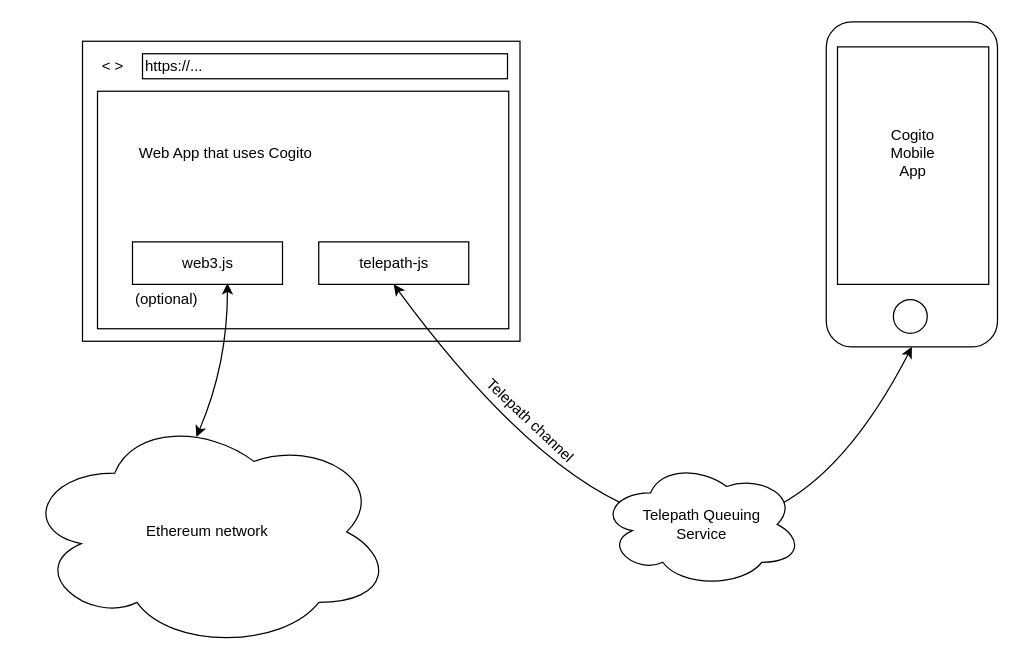
Before: workspaces/homepage/src/pages/developer-documentation/images/cogito-deployment.drawio.xml in philips-software/cogito, a draw.io diagram. Source tidied: cells renumbered, new cells numbered last; positions are measured from the earlier drawing's top-left corner, leaving out a move shared by most shapes. Both pictures are drawn from the tidied source at 125%, with x=0, y=0 at pixel (21, 21).
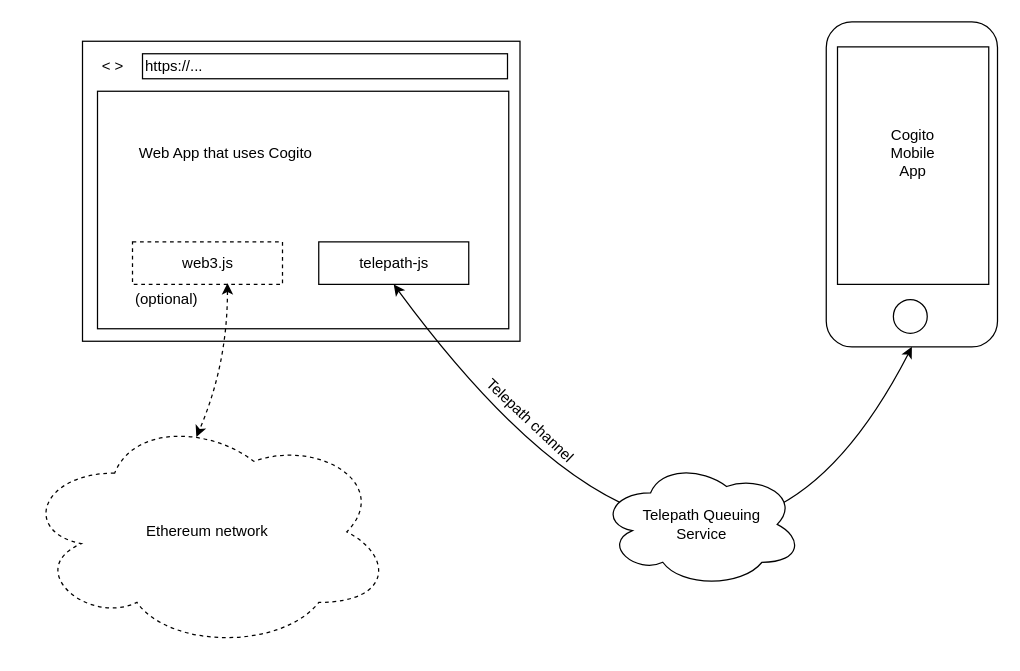
After the change.

Commit message (it also covers changes not shown here):
[homepage] better indicate that Ethereum usage is optional

The change refers to these unchanged cells:
```xml
<mxCell id="2" style="group;" parent="1" vertex="1">
  <mxGeometry x="48.5" y="15.5" width="350" height="240" as="geometry" />
</mxCell>
```

What changed in the source:
```diff
@@
-    <mxCell id="9" value="web3.js" style="rounded=0;whiteSpace=wrap;html=1;align=center;" parent="2" vertex="1">
+    <mxCell id="9" value="web3.js" style="rounded=0;whiteSpace=wrap;html=1;align=center;dashed=1;" parent="2" vertex="1">
       <mxGeometry x="40" y="160.5" width="120" height="34" as="geometry" />
     </mxCell>
@@
-    <mxCell id="18" value="Ethereum network" style="ellipse;shape=cloud;whiteSpace=wrap;html=1;rounded=0;align=center;" parent="1" vertex="1">
+    <mxCell id="18" value="Ethereum network" style="ellipse;shape=cloud;whiteSpace=wrap;html=1;rounded=0;align=center;dashed=1;" parent="1" vertex="1">
       <mxGeometry y="314" width="297" height="188" as="geometry" />
     </mxCell>
@@
-    <mxCell id="21" style="endArrow=classic;startArrow=classic;html=1;strokeWidth=1;entryX=0.47;entryY=0.096;entryDx=0;entryDy=0;entryPerimeter=0;exitX=0.633;exitY=0.971;exitDx=0;exitDy=0;curved=1;exitPerimeter=0;" parent="1" edge="1" source="9" target="18">
+    <mxCell id="21" style="endArrow=classic;startArrow=classic;html=1;strokeWidth=1;entryX=0.47;entryY=0.096;entryDx=0;entryDy=0;entryPerimeter=0;exitX=0.633;exitY=0.971;exitDx=0;exitDy=0;curved=1;exitPerimeter=0;dashed=1;" parent="1" edge="1" source="9" target="18">
       <mxGeometry relative="1" as="geometry">
         <Array as="points">
           <mxPoint x="164.5" y="274" />
         </Array>
       </mxGeometry>
     </mxCell>
```
